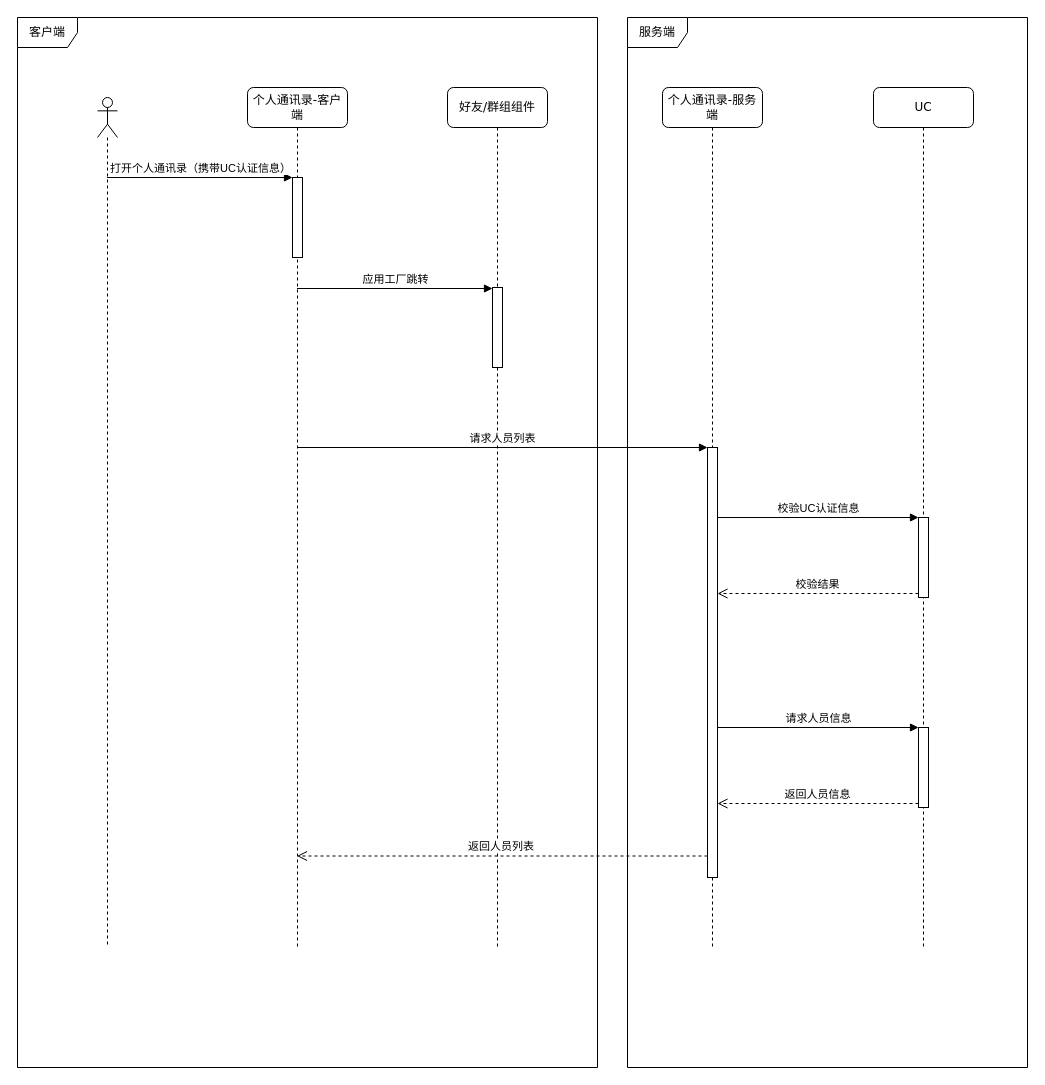
Before: Untitled Diagram.drawio in kwhitestone/drawio, a draw.io diagram. Source tidied: cells renumbered, new cells numbered last; positions are measured from the earlier drawing's top-left corner, leaving out a move shared by most shapes. Both pictures are drawn from the tidied source at 100%, with x=0, y=0 at pixel (17, 17).
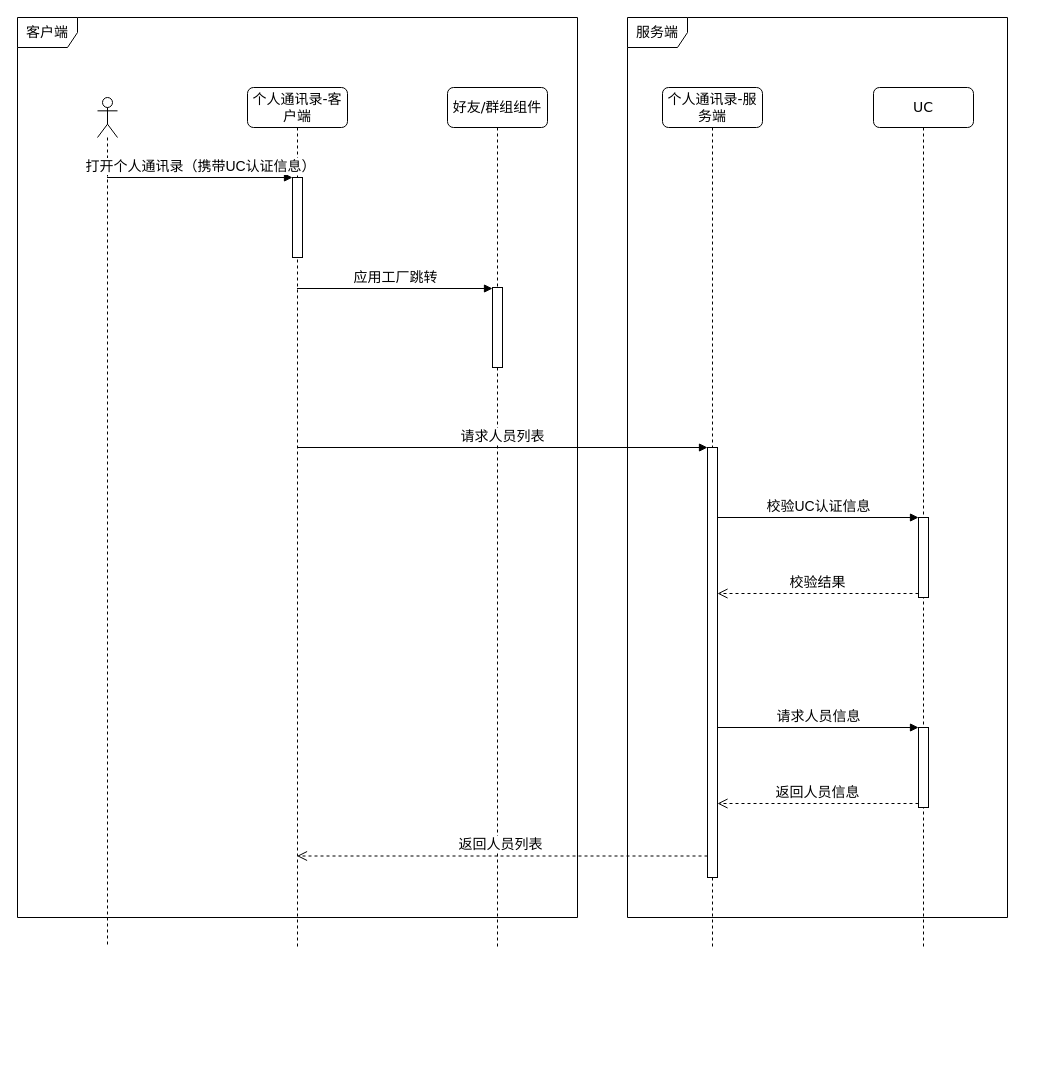
The same page after the edit.

What changed in the source:
```diff
@@
-    <mxCell id="2" value="服务端" style="shape=umlFrame;whiteSpace=wrap;html=1;" parent="1" vertex="1">
-      <mxGeometry x="610" width="400" height="1050" as="geometry" />
+    <mxCell id="2" value="服务端" style="shape=umlFrame;whiteSpace=wrap;html=1;fontSize=14;" parent="1" vertex="1">
+      <mxGeometry x="610" width="380" height="900" as="geometry" />
     </mxCell>
-    <mxCell id="3" value="客户端" style="shape=umlFrame;whiteSpace=wrap;html=1;" parent="1" vertex="1">
-      <mxGeometry width="580" height="1050" as="geometry" />
+    <mxCell id="3" value="客户端" style="shape=umlFrame;whiteSpace=wrap;html=1;fontSize=14;" parent="1" vertex="1">
+      <mxGeometry width="560" height="900" as="geometry" />
     </mxCell>
-    <mxCell id="4" value="好友/群组组件" style="shape=umlLifeline;perimeter=lifelinePerimeter;whiteSpace=wrap;html=1;rounded=1;shadow=0;comic=0;labelBackgroundColor=none;strokeWidth=1;fontFamily=Verdana;fontSize=12;align=center;" parent="1" vertex="1">
+    <mxCell id="4" value="好友/群组组件" style="shape=umlLifeline;perimeter=lifelinePerimeter;whiteSpace=wrap;html=1;rounded=1;shadow=0;comic=0;labelBackgroundColor=none;strokeWidth=1;fontFamily=Verdana;fontSize=14;align=center;" parent="1" vertex="1">
       <mxGeometry x="430" y="70" width="100" height="860" as="geometry" />
     </mxCell>
-    <mxCell id="5" style="html=1;perimeter=orthogonalPerimeter;" parent="4" vertex="1">
+    <mxCell id="5" style="html=1;perimeter=orthogonalPerimeter;fontSize=14;" parent="4" vertex="1">
       <mxGeometry x="45" y="200" width="10" height="80" as="geometry" />
     </mxCell>
-    <mxCell id="6" value="个人通讯录-服务端" style="shape=umlLifeline;perimeter=lifelinePerimeter;whiteSpace=wrap;html=1;rounded=1;shadow=0;comic=0;labelBackgroundColor=none;strokeWidth=1;fontFamily=Verdana;fontSize=12;align=center;" parent="1" vertex="1">
+    <mxCell id="6" value="个人通讯录-服务端" style="shape=umlLifeline;perimeter=lifelinePerimeter;whiteSpace=wrap;html=1;rounded=1;shadow=0;comic=0;labelBackgroundColor=none;strokeWidth=1;fontFamily=Verdana;fontSize=14;align=center;" parent="1" vertex="1">
       <mxGeometry x="645" y="70" width="100" height="860" as="geometry" />
     </mxCell>
-    <mxCell id="7" value="UC" style="shape=umlLifeline;perimeter=lifelinePerimeter;whiteSpace=wrap;html=1;rounded=1;shadow=0;comic=0;labelBackgroundColor=none;strokeWidth=1;fontFamily=Verdana;fontSize=12;align=center;" parent="1" vertex="1">
+    <mxCell id="7" value="UC" style="shape=umlLifeline;perimeter=lifelinePerimeter;whiteSpace=wrap;html=1;rounded=1;shadow=0;comic=0;labelBackgroundColor=none;strokeWidth=1;fontFamily=Verdana;fontSize=14;align=center;" parent="1" vertex="1">
       <mxGeometry x="856" y="70" width="100" height="860" as="geometry" />
     </mxCell>
-    <mxCell id="8" style="html=1;points=[];perimeter=orthogonalPerimeter;" parent="7" vertex="1">
+    <mxCell id="8" style="html=1;points=[];perimeter=orthogonalPerimeter;fontSize=14;" parent="7" vertex="1">
       <mxGeometry x="45" y="640" width="10" height="80" as="geometry" />
     </mxCell>
-    <mxCell id="9" style="html=1;points=[];perimeter=orthogonalPerimeter;" parent="7" vertex="1">
+    <mxCell id="9" style="html=1;points=[];perimeter=orthogonalPerimeter;fontSize=14;" parent="7" vertex="1">
       <mxGeometry x="45" y="430" width="10" height="80" as="geometry" />
     </mxCell>
-    <mxCell id="10" value="个人通讯录-客户端" style="shape=umlLifeline;perimeter=lifelinePerimeter;whiteSpace=wrap;html=1;outlineConnect=0;rounded=1;shadow=0;comic=0;labelBackgroundColor=none;strokeWidth=1;fontFamily=Verdana;fontSize=12;align=center;" parent="1" vertex="1">
+    <mxCell id="10" value="个人通讯录-客户端" style="shape=umlLifeline;perimeter=lifelinePerimeter;whiteSpace=wrap;html=1;outlineConnect=0;rounded=1;shadow=0;comic=0;labelBackgroundColor=none;strokeWidth=1;fontFamily=Verdana;fontSize=14;align=center;" parent="1" vertex="1">
       <mxGeometry x="230" y="70" width="100" height="860" as="geometry" />
     </mxCell>
-    <mxCell id="11" style="html=1;points=[];perimeter=orthogonalPerimeter;" parent="10" vertex="1">
+    <mxCell id="11" style="html=1;points=[];perimeter=orthogonalPerimeter;fontSize=14;" parent="10" vertex="1">
       <mxGeometry x="45" y="90" width="10" height="80" as="geometry" />
     </mxCell>
-    <mxCell id="12" value="应用工厂跳转" style="html=1;verticalAlign=bottom;endArrow=block;entryX=0;entryY=0;rounded=0;" parent="1" edge="1">
+    <mxCell id="12" value="应用工厂跳转" style="html=1;verticalAlign=bottom;endArrow=block;entryX=0;entryY=0;rounded=0;fontSize=14;" parent="1" edge="1">
       <mxGeometry relative="1" as="geometry">
         <mxPoint x="279.5" y="271" as="sourcePoint" />
         <mxPoint x="475" y="271" as="targetPoint" />
       </mxGeometry>
     </mxCell>
-    <mxCell id="13" style="shape=umlLifeline;participant=umlActor;perimeter=lifelinePerimeter;whiteSpace=wrap;html=1;verticalAlign=top;spacingTop=36;outlineConnect=0;" parent="1" vertex="1">
+    <mxCell id="13" style="shape=umlLifeline;participant=umlActor;perimeter=lifelinePerimeter;whiteSpace=wrap;html=1;verticalAlign=top;spacingTop=36;outlineConnect=0;fontSize=14;" parent="1" vertex="1">
       <mxGeometry x="80" y="80" width="20" height="850" as="geometry" />
     </mxCell>
-    <mxCell id="14" value="打开个人通讯录（携带UC认证信息）" style="html=1;verticalAlign=bottom;endArrow=block;entryX=0;entryY=0;rounded=0;" parent="1" edge="1" source="13" target="11">
+    <mxCell id="14" value="打开个人通讯录（携带UC认证信息）" style="html=1;verticalAlign=bottom;endArrow=block;entryX=0;entryY=0;rounded=0;fontSize=14;" parent="1" edge="1" source="13" target="11">
       <mxGeometry relative="1" as="geometry" />
     </mxCell>
-    <mxCell id="15" style="html=1;points=[];perimeter=orthogonalPerimeter;" parent="1" vertex="1">
+    <mxCell id="15" style="html=1;points=[];perimeter=orthogonalPerimeter;fontSize=14;" parent="1" vertex="1">
       <mxGeometry x="690" y="430" width="10" height="430" as="geometry" />
     </mxCell>
-    <mxCell id="16" value="请求人员列表" style="html=1;verticalAlign=bottom;endArrow=block;entryX=0;entryY=0;rounded=0;" parent="1" edge="1" source="10" target="15">
+    <mxCell id="16" value="请求人员列表" style="html=1;verticalAlign=bottom;endArrow=block;entryX=0;entryY=0;rounded=0;fontSize=14;" parent="1" edge="1" source="10" target="15">
       <mxGeometry relative="1" as="geometry" />
     </mxCell>
-    <mxCell id="17" value="返回人员列表&amp;nbsp;" style="html=1;verticalAlign=bottom;endArrow=open;dashed=1;endSize=8;exitX=0;exitY=0.95;rounded=0;" parent="1" edge="1" source="15" target="10">
+    <mxCell id="17" value="返回人员列表&amp;nbsp;" style="html=1;verticalAlign=bottom;endArrow=open;dashed=1;endSize=8;exitX=0;exitY=0.95;rounded=0;fontSize=14;" parent="1" edge="1" source="15" target="10">
       <mxGeometry relative="1" as="geometry" />
     </mxCell>
-    <mxCell id="18" value="请求人员信息" style="html=1;verticalAlign=bottom;endArrow=block;entryX=0;entryY=0;rounded=0;" parent="1" edge="1" source="15" target="8">
+    <mxCell id="18" value="请求人员信息" style="html=1;verticalAlign=bottom;endArrow=block;entryX=0;entryY=0;rounded=0;fontSize=14;" parent="1" edge="1" source="15" target="8">
       <mxGeometry relative="1" as="geometry" />
     </mxCell>
-    <mxCell id="19" value="返回人员信息" style="html=1;verticalAlign=bottom;endArrow=open;dashed=1;endSize=8;exitX=0;exitY=0.95;rounded=0;" parent="1" edge="1" source="8" target="15">
+    <mxCell id="19" value="返回人员信息" style="html=1;verticalAlign=bottom;endArrow=open;dashed=1;endSize=8;exitX=0;exitY=0.95;rounded=0;fontSize=14;" parent="1" edge="1" source="8" target="15">
       <mxGeometry relative="1" as="geometry" />
     </mxCell>
-    <mxCell id="20" value="校验UC认证信息" style="html=1;verticalAlign=bottom;endArrow=block;entryX=0;entryY=0;rounded=0;" parent="1" edge="1" source="15" target="9">
+    <mxCell id="20" value="校验UC认证信息" style="html=1;verticalAlign=bottom;endArrow=block;entryX=0;entryY=0;rounded=0;fontSize=14;" parent="1" edge="1" source="15" target="9">
       <mxGeometry relative="1" as="geometry" />
     </mxCell>
-    <mxCell id="21" value="校验结果" style="html=1;verticalAlign=bottom;endArrow=open;dashed=1;endSize=8;exitX=0;exitY=0.95;rounded=0;" parent="1" edge="1" source="9" target="15">
+    <mxCell id="21" value="校验结果" style="html=1;verticalAlign=bottom;endArrow=open;dashed=1;endSize=8;exitX=0;exitY=0.95;rounded=0;fontSize=14;" parent="1" edge="1" source="9" target="15">
       <mxGeometry relative="1" as="geometry" />
     </mxCell>
```
